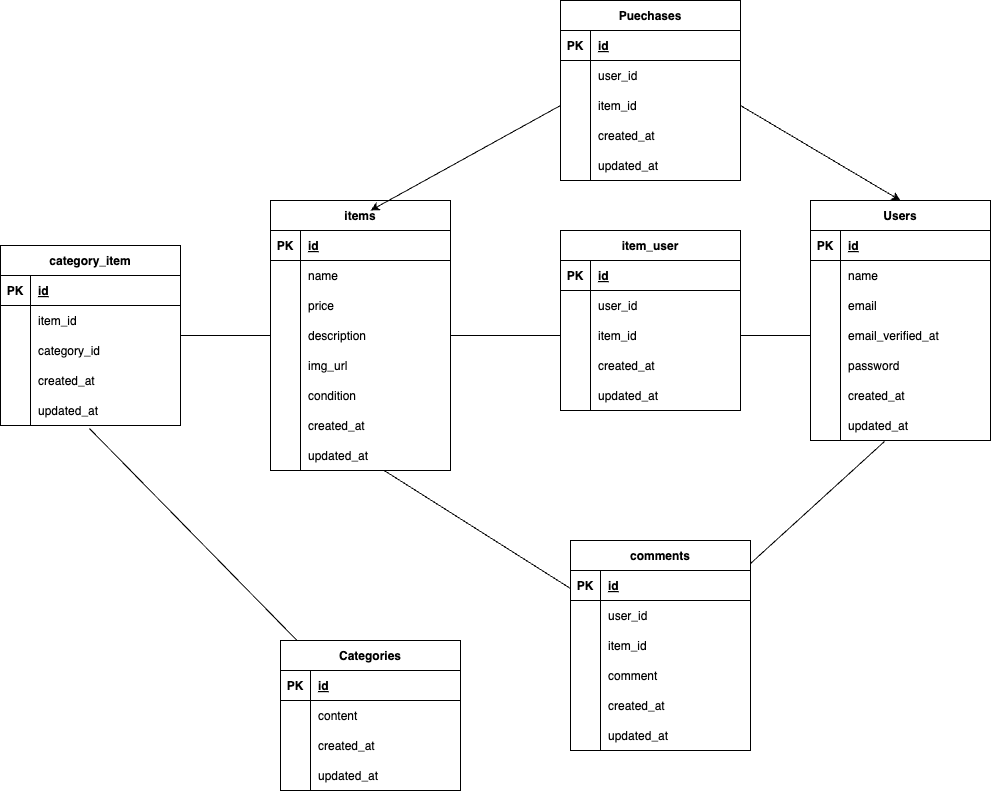
Earlier version of the draw.io export .drawio.png (hirata784/flea_market_app). Source tidied: cells renumbered, new cells last; positions are measured from the earlier drawing's top-left corner, leaving out a move shared by most shapes.
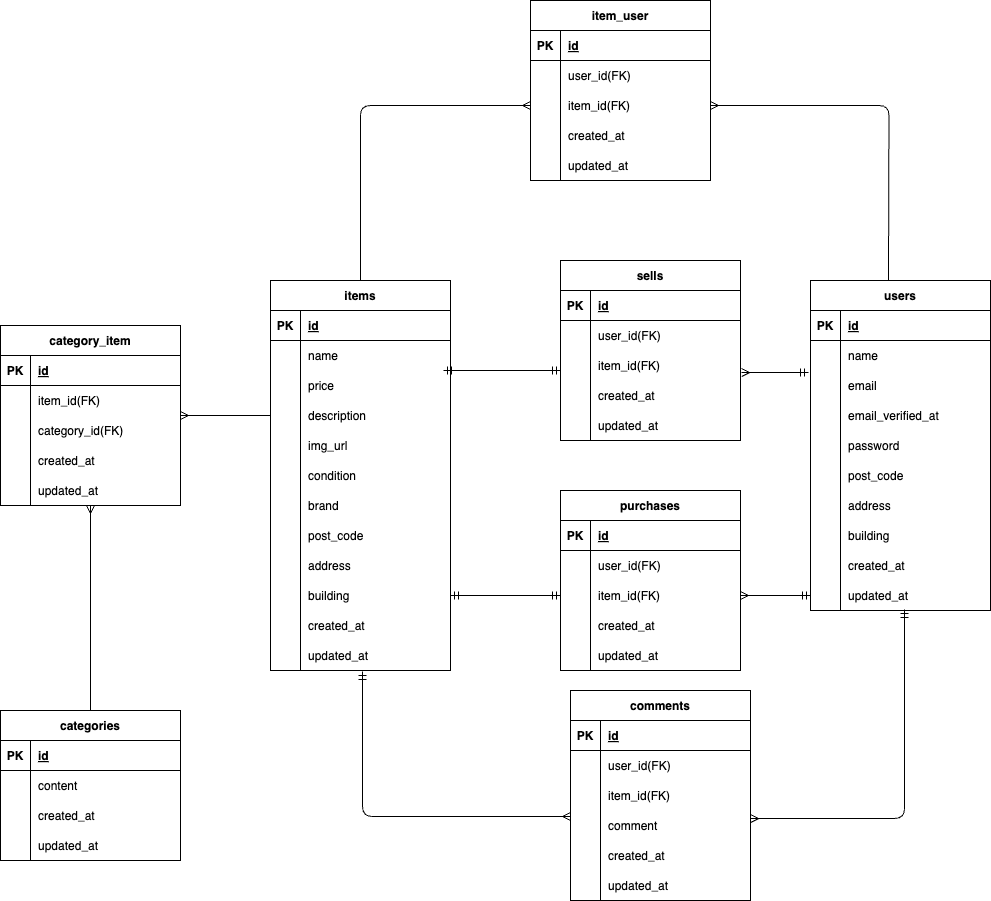
After the change.

Diff of the diagram source:
```diff
@@ -5,3 +5,3 @@
     <mxCell id="2" value="items" style="shape=table;startSize=30;rowLines=0;fontStyle=1;align=center;" parent="1" vertex="1">
-      <mxGeometry x="270" y="200" width="180" height="270" as="geometry" />
+      <mxGeometry x="270" y="200" width="180" height="390" as="geometry" />
     </mxCell>
@@ -61,4 +61,40 @@
     </mxCell>
+    <mxCell id="137" style="shape=tableRow;horizontal=0;startSize=0;swimlaneHead=0;swimlaneBody=0;fillColor=none;top=0;left=0;right=0;bottom=0;" parent="2" vertex="1">
+      <mxGeometry y="210" width="180" height="30" as="geometry" />
+    </mxCell>
+    <mxCell id="138" style="shape=partialRectangle;fillColor=none;top=0;left=0;bottom=0;right=0;overflow=hidden;" parent="137" vertex="1">
+      <mxGeometry width="30" height="30" as="geometry" />
+    </mxCell>
+    <mxCell id="139" value="brand" style="shape=partialRectangle;fillColor=none;top=0;left=0;bottom=0;right=0;align=left;spacingLeft=6;overflow=hidden;" parent="137" vertex="1">
+      <mxGeometry x="30" width="150" height="30" as="geometry" />
+    </mxCell>
+    <mxCell id="140" style="shape=tableRow;horizontal=0;startSize=0;swimlaneHead=0;swimlaneBody=0;fillColor=none;top=0;left=0;right=0;bottom=0;" parent="2" vertex="1">
+      <mxGeometry y="240" width="180" height="30" as="geometry" />
+    </mxCell>
+    <mxCell id="141" style="shape=partialRectangle;fillColor=none;top=0;left=0;bottom=0;right=0;overflow=hidden;" parent="140" vertex="1">
+      <mxGeometry width="30" height="30" as="geometry" />
+    </mxCell>
+    <mxCell id="142" value="post_code" style="shape=partialRectangle;fillColor=none;top=0;left=0;bottom=0;right=0;align=left;spacingLeft=6;overflow=hidden;" parent="140" vertex="1">
+      <mxGeometry x="30" width="150" height="30" as="geometry" />
+    </mxCell>
+    <mxCell id="143" style="shape=tableRow;horizontal=0;startSize=0;swimlaneHead=0;swimlaneBody=0;fillColor=none;top=0;left=0;right=0;bottom=0;" parent="2" vertex="1">
+      <mxGeometry y="270" width="180" height="30" as="geometry" />
+    </mxCell>
+    <mxCell id="144" style="shape=partialRectangle;fillColor=none;top=0;left=0;bottom=0;right=0;overflow=hidden;" parent="143" vertex="1">
+      <mxGeometry width="30" height="30" as="geometry" />
+    </mxCell>
+    <mxCell id="145" value="address" style="shape=partialRectangle;fillColor=none;top=0;left=0;bottom=0;right=0;align=left;spacingLeft=6;overflow=hidden;" parent="143" vertex="1">
+      <mxGeometry x="30" width="150" height="30" as="geometry" />
+    </mxCell>
+    <mxCell id="146" style="shape=tableRow;horizontal=0;startSize=0;swimlaneHead=0;swimlaneBody=0;fillColor=none;points=[[0,0.5],[1,0.5]];portConstraint=eastwest;top=0;left=0;right=0;bottom=0;" parent="2" vertex="1">
+      <mxGeometry y="300" width="180" height="30" as="geometry" />
+    </mxCell>
+    <mxCell id="147" style="shape=partialRectangle;fillColor=none;top=0;left=0;bottom=0;right=0;overflow=hidden;" parent="146" vertex="1">
+      <mxGeometry width="30" height="30" as="geometry" />
+    </mxCell>
+    <mxCell id="148" value="building" style="shape=partialRectangle;fillColor=none;top=0;left=0;bottom=0;right=0;align=left;spacingLeft=6;overflow=hidden;" parent="146" vertex="1">
+      <mxGeometry x="30" width="150" height="30" as="geometry" />
+    </mxCell>
     <mxCell id="21" style="shape=tableRow;horizontal=0;startSize=0;swimlaneHead=0;swimlaneBody=0;fillColor=none;top=0;left=0;right=0;bottom=0;" parent="2" vertex="1">
-      <mxGeometry y="210" width="180" height="30" as="geometry" />
+      <mxGeometry y="330" width="180" height="30" as="geometry" />
     </mxCell>
@@ -71,3 +107,3 @@
     <mxCell id="24" style="shape=tableRow;horizontal=0;startSize=0;swimlaneHead=0;swimlaneBody=0;fillColor=none;points=[[0,0.5],[1,0.5]];portConstraint=eastwest;top=0;left=0;right=0;bottom=0;" parent="2" vertex="1">
-      <mxGeometry y="240" width="180" height="30" as="geometry" />
+      <mxGeometry y="360" width="180" height="30" as="geometry" />
     </mxCell>
@@ -80,3 +116,3 @@
     <mxCell id="27" value="item_user" style="shape=table;startSize=30;rowLines=0;fontStyle=1;align=center;" parent="1" vertex="1">
-      <mxGeometry x="560" y="230" width="180" height="180" as="geometry" />
+      <mxGeometry x="530" y="-80" width="180" height="180" as="geometry" />
     </mxCell>
@@ -97,3 +133,3 @@
     </mxCell>
-    <mxCell id="33" value="user_id" style="shape=partialRectangle;fillColor=none;top=0;left=0;bottom=0;right=0;align=left;spacingLeft=6;overflow=hidden;" parent="31" vertex="1">
+    <mxCell id="33" value="user_id(FK)" style="shape=partialRectangle;fillColor=none;top=0;left=0;bottom=0;right=0;align=left;spacingLeft=6;overflow=hidden;" parent="31" vertex="1">
       <mxGeometry x="30" width="150" height="30" as="geometry" />
@@ -106,3 +142,3 @@
     </mxCell>
-    <mxCell id="36" value="item_id" style="shape=partialRectangle;fillColor=none;top=0;left=0;bottom=0;right=0;align=left;spacingLeft=6;overflow=hidden;" parent="34" vertex="1">
+    <mxCell id="36" value="item_id(FK)" style="shape=partialRectangle;fillColor=none;top=0;left=0;bottom=0;right=0;align=left;spacingLeft=6;overflow=hidden;" parent="34" vertex="1">
       <mxGeometry x="30" width="150" height="30" as="geometry" />
@@ -127,3 +163,3 @@
     </mxCell>
-    <mxCell id="43" style="edgeStyle=none;html=1;endArrow=none;endFill=0;" parent="1" edge="1" source="44" target="24">
+    <mxCell id="43" style="edgeStyle=orthogonalEdgeStyle;html=1;endArrow=ERmandOne;endFill=0;exitX=0;exitY=0.2;exitDx=0;exitDy=0;exitPerimeter=0;entryX=0.511;entryY=1.033;entryDx=0;entryDy=0;entryPerimeter=0;startArrow=ERmany;startFill=0;" parent="1" edge="1" source="54" target="24">
       <mxGeometry relative="1" as="geometry" />
@@ -131,3 +167,3 @@
     <mxCell id="44" value="comments" style="shape=table;startSize=30;rowLines=0;fontStyle=1;align=center;" parent="1" vertex="1">
-      <mxGeometry x="570" y="540" width="180" height="210" as="geometry" />
+      <mxGeometry x="570" y="610" width="180" height="210" as="geometry" />
     </mxCell>
@@ -148,3 +184,3 @@
     </mxCell>
-    <mxCell id="50" value="user_id" style="shape=partialRectangle;fillColor=none;top=0;left=0;bottom=0;right=0;align=left;spacingLeft=6;overflow=hidden;" parent="48" vertex="1">
+    <mxCell id="50" value="user_id(FK)" style="shape=partialRectangle;fillColor=none;top=0;left=0;bottom=0;right=0;align=left;spacingLeft=6;overflow=hidden;" parent="48" vertex="1">
       <mxGeometry x="30" width="150" height="30" as="geometry" />
@@ -157,3 +193,3 @@
     </mxCell>
-    <mxCell id="53" value="item_id" style="shape=partialRectangle;fillColor=none;top=0;left=0;bottom=0;right=0;align=left;spacingLeft=6;overflow=hidden;" parent="51" vertex="1">
+    <mxCell id="53" value="item_id(FK)" style="shape=partialRectangle;fillColor=none;top=0;left=0;bottom=0;right=0;align=left;spacingLeft=6;overflow=hidden;" parent="51" vertex="1">
       <mxGeometry x="30" width="150" height="30" as="geometry" />
@@ -187,4 +223,4 @@
     </mxCell>
-    <mxCell id="63" value="Users" style="shape=table;startSize=30;rowLines=0;fontStyle=1;align=center;" parent="1" vertex="1">
-      <mxGeometry x="810" y="200" width="180" height="240" as="geometry" />
+    <mxCell id="63" value="users" style="shape=table;startSize=30;rowLines=0;fontStyle=1;align=center;" parent="1" vertex="1">
+      <mxGeometry x="810" y="200" width="180" height="330" as="geometry" />
     </mxCell>
@@ -235,4 +271,31 @@
     </mxCell>
+    <mxCell id="149" style="shape=tableRow;horizontal=0;startSize=0;swimlaneHead=0;swimlaneBody=0;fillColor=none;top=0;left=0;right=0;bottom=0;" parent="63" vertex="1">
+      <mxGeometry y="180" width="180" height="30" as="geometry" />
+    </mxCell>
+    <mxCell id="150" style="shape=partialRectangle;fillColor=none;top=0;left=0;bottom=0;right=0;overflow=hidden;" parent="149" vertex="1">
+      <mxGeometry width="30" height="30" as="geometry" />
+    </mxCell>
+    <mxCell id="151" value="post_code" style="shape=partialRectangle;fillColor=none;top=0;left=0;bottom=0;right=0;align=left;spacingLeft=6;overflow=hidden;" parent="149" vertex="1">
+      <mxGeometry x="30" width="150" height="30" as="geometry" />
+    </mxCell>
+    <mxCell id="152" style="shape=tableRow;horizontal=0;startSize=0;swimlaneHead=0;swimlaneBody=0;fillColor=none;top=0;left=0;right=0;bottom=0;" parent="63" vertex="1">
+      <mxGeometry y="210" width="180" height="30" as="geometry" />
+    </mxCell>
+    <mxCell id="153" style="shape=partialRectangle;fillColor=none;top=0;left=0;bottom=0;right=0;overflow=hidden;" parent="152" vertex="1">
+      <mxGeometry width="30" height="30" as="geometry" />
+    </mxCell>
+    <mxCell id="154" value="address" style="shape=partialRectangle;fillColor=none;top=0;left=0;bottom=0;right=0;align=left;spacingLeft=6;overflow=hidden;" parent="152" vertex="1">
+      <mxGeometry x="30" width="150" height="30" as="geometry" />
+    </mxCell>
+    <mxCell id="155" style="shape=tableRow;horizontal=0;startSize=0;swimlaneHead=0;swimlaneBody=0;fillColor=none;top=0;left=0;right=0;bottom=0;" parent="63" vertex="1">
+      <mxGeometry y="240" width="180" height="30" as="geometry" />
+    </mxCell>
+    <mxCell id="156" style="shape=partialRectangle;fillColor=none;top=0;left=0;bottom=0;right=0;overflow=hidden;" parent="155" vertex="1">
+      <mxGeometry width="30" height="30" as="geometry" />
+    </mxCell>
+    <mxCell id="157" value="building" style="shape=partialRectangle;fillColor=none;top=0;left=0;bottom=0;right=0;align=left;spacingLeft=6;overflow=hidden;" parent="155" vertex="1">
+      <mxGeometry x="30" width="150" height="30" as="geometry" />
+    </mxCell>
     <mxCell id="79" style="shape=tableRow;horizontal=0;startSize=0;swimlaneHead=0;swimlaneBody=0;fillColor=none;top=0;left=0;right=0;bottom=0;" parent="63" vertex="1">
-      <mxGeometry y="180" width="180" height="30" as="geometry" />
+      <mxGeometry y="270" width="180" height="30" as="geometry" />
     </mxCell>
@@ -245,3 +308,3 @@
     <mxCell id="82" style="shape=tableRow;horizontal=0;startSize=0;swimlaneHead=0;swimlaneBody=0;fillColor=none;points=[[0,0.5],[1,0.5]];portConstraint=eastwest;top=0;left=0;right=0;bottom=0;" parent="63" vertex="1">
-      <mxGeometry y="210" width="180" height="30" as="geometry" />
+      <mxGeometry y="300" width="180" height="30" as="geometry" />
     </mxCell>
@@ -253,4 +316,4 @@
     </mxCell>
-    <mxCell id="85" value="Categories" style="shape=table;startSize=30;rowLines=0;fontStyle=1;align=center;" parent="1" vertex="1">
-      <mxGeometry x="280" y="640" width="180" height="150" as="geometry" />
+    <mxCell id="85" value="categories" style="shape=table;startSize=30;rowLines=0;fontStyle=1;align=center;" parent="1" vertex="1">
+      <mxGeometry y="630" width="180" height="150" as="geometry" />
     </mxCell>
@@ -292,4 +355,4 @@
     </mxCell>
-    <mxCell id="98" value="Puechases" style="shape=table;startSize=30;rowLines=0;fontStyle=1;align=center;" parent="1" vertex="1">
-      <mxGeometry x="560" width="180" height="180" as="geometry" />
+    <mxCell id="98" value="purchases" style="shape=table;startSize=30;rowLines=0;fontStyle=1;align=center;" parent="1" vertex="1">
+      <mxGeometry x="560" y="410" width="180" height="180" as="geometry" />
     </mxCell>
@@ -310,3 +373,3 @@
     </mxCell>
-    <mxCell id="104" value="user_id" style="shape=partialRectangle;fillColor=none;top=0;left=0;bottom=0;right=0;align=left;spacingLeft=6;overflow=hidden;" parent="102" vertex="1">
+    <mxCell id="104" value="user_id(FK)" style="shape=partialRectangle;fillColor=none;top=0;left=0;bottom=0;right=0;align=left;spacingLeft=6;overflow=hidden;" parent="102" vertex="1">
       <mxGeometry x="30" width="150" height="30" as="geometry" />
@@ -319,3 +382,3 @@
     </mxCell>
-    <mxCell id="107" value="item_id" style="shape=partialRectangle;fillColor=none;top=0;left=0;bottom=0;right=0;align=left;spacingLeft=6;overflow=hidden;" parent="105" vertex="1">
+    <mxCell id="107" value="item_id(FK)" style="shape=partialRectangle;fillColor=none;top=0;left=0;bottom=0;right=0;align=left;spacingLeft=6;overflow=hidden;" parent="105" vertex="1">
       <mxGeometry x="30" width="150" height="30" as="geometry" />
@@ -340,3 +403,3 @@
     </mxCell>
-    <mxCell id="114" style="edgeStyle=none;html=1;entryX=0;entryY=0.5;entryDx=0;entryDy=0;endArrow=none;endFill=0;" parent="1" edge="1" source="115" target="12">
+    <mxCell id="114" style="edgeStyle=none;html=1;entryX=0;entryY=0.5;entryDx=0;entryDy=0;endArrow=none;endFill=0;startArrow=ERmany;startFill=0;" parent="1" edge="1" source="115" target="12">
       <mxGeometry relative="1" as="geometry" />
@@ -361,3 +424,3 @@
     </mxCell>
-    <mxCell id="121" value="item_id" style="shape=partialRectangle;fillColor=none;top=0;left=0;bottom=0;right=0;align=left;spacingLeft=6;overflow=hidden;" parent="119" vertex="1">
+    <mxCell id="121" value="item_id(FK)" style="shape=partialRectangle;fillColor=none;top=0;left=0;bottom=0;right=0;align=left;spacingLeft=6;overflow=hidden;" parent="119" vertex="1">
       <mxGeometry x="30" width="150" height="30" as="geometry" />
@@ -370,3 +433,3 @@
     </mxCell>
-    <mxCell id="124" value="category_id" style="shape=partialRectangle;fillColor=none;top=0;left=0;bottom=0;right=0;align=left;spacingLeft=6;overflow=hidden;" parent="122" vertex="1">
+    <mxCell id="124" value="category_id(FK)" style="shape=partialRectangle;fillColor=none;top=0;left=0;bottom=0;right=0;align=left;spacingLeft=6;overflow=hidden;" parent="122" vertex="1">
       <mxGeometry x="30" width="150" height="30" as="geometry" />
@@ -391,20 +454,82 @@
     </mxCell>
-    <mxCell id="131" style="edgeStyle=none;html=1;exitX=1;exitY=0.5;exitDx=0;exitDy=0;entryX=0;entryY=0.5;entryDx=0;entryDy=0;endArrow=none;endFill=0;" parent="1" edge="1" source="12" target="34">
+    <mxCell id="131" style="edgeStyle=orthogonalEdgeStyle;html=1;exitX=0.5;exitY=0;exitDx=0;exitDy=0;entryX=0;entryY=0.5;entryDx=0;entryDy=0;endArrow=ERmany;endFill=0;" parent="1" edge="1" source="2" target="34">
       <mxGeometry relative="1" as="geometry" />
     </mxCell>
-    <mxCell id="132" style="edgeStyle=none;html=1;exitX=1;exitY=0.5;exitDx=0;exitDy=0;entryX=0;entryY=0.5;entryDx=0;entryDy=0;endArrow=none;endFill=0;" parent="1" edge="1" source="34" target="73">
-      <mxGeometry relative="1" as="geometry" />
+    <mxCell id="132" style="html=1;exitX=1;exitY=0.5;exitDx=0;exitDy=0;endArrow=none;endFill=0;startArrow=ERmany;startFill=0;edgeStyle=orthogonalEdgeStyle;" parent="1" edge="1" source="34">
+      <mxGeometry relative="1" as="geometry">
+        <mxPoint x="888" y="200" as="targetPoint" />
+      </mxGeometry>
     </mxCell>
-    <mxCell id="133" style="edgeStyle=none;html=1;entryX=0.494;entryY=1.1;entryDx=0;entryDy=0;entryPerimeter=0;endArrow=none;endFill=0;" parent="1" edge="1" source="85" target="128">
-      <mxGeometry relative="1" as="geometry" />
+    <mxCell id="133" style="edgeStyle=none;html=1;endArrow=ERmany;endFill=0;startArrow=none;startFill=0;exitX=0.5;exitY=0;exitDx=0;exitDy=0;" parent="1" edge="1" source="85" target="128">
+      <mxGeometry relative="1" as="geometry">
+        <Array as="points">
+          <mxPoint x="90" y="590" />
+        </Array>
+      </mxGeometry>
     </mxCell>
-    <mxCell id="134" style="edgeStyle=none;html=1;entryX=0.411;entryY=1.033;entryDx=0;entryDy=0;entryPerimeter=0;endArrow=none;endFill=0;" parent="1" edge="1" source="44" target="82">
+    <mxCell id="134" style="edgeStyle=orthogonalEdgeStyle;html=1;entryX=0.522;entryY=0.967;entryDx=0;entryDy=0;entryPerimeter=0;endArrow=ERmandOne;endFill=0;exitX=1;exitY=0.267;exitDx=0;exitDy=0;exitPerimeter=0;startArrow=ERmany;startFill=0;" parent="1" edge="1" source="54" target="82">
       <mxGeometry relative="1" as="geometry" />
     </mxCell>
-    <mxCell id="135" style="edgeStyle=none;html=1;exitX=0;exitY=0.5;exitDx=0;exitDy=0;entryX=0.556;entryY=0.037;entryDx=0;entryDy=0;entryPerimeter=0;" parent="1" edge="1" source="105" target="2">
+    <mxCell id="135" style="edgeStyle=none;html=1;exitX=0;exitY=0.5;exitDx=0;exitDy=0;entryX=1;entryY=0.5;entryDx=0;entryDy=0;endArrow=ERmandOne;endFill=0;startArrow=ERmandOne;startFill=0;" parent="1" edge="1" source="105" target="146">
       <mxGeometry relative="1" as="geometry" />
     </mxCell>
-    <mxCell id="136" style="edgeStyle=none;html=1;exitX=1;exitY=0.5;exitDx=0;exitDy=0;entryX=0.5;entryY=0;entryDx=0;entryDy=0;" parent="1" edge="1" source="105" target="63">
+    <mxCell id="136" style="edgeStyle=none;html=1;exitX=1;exitY=0.5;exitDx=0;exitDy=0;endArrow=ERmandOne;endFill=0;entryX=0;entryY=0.5;entryDx=0;entryDy=0;startArrow=ERmany;startFill=0;" parent="1" edge="1" source="105" target="82">
       <mxGeometry relative="1" as="geometry" />
     </mxCell>
+    <mxCell id="158" value="sells" style="shape=table;startSize=30;rowLines=0;fontStyle=1;align=center;" parent="1" vertex="1">
+      <mxGeometry x="560" y="180" width="180" height="180" as="geometry" />
+    </mxCell>
+    <mxCell id="159" style="shape=tableRow;horizontal=0;startSize=0;swimlaneHead=0;swimlaneBody=0;fillColor=none;top=0;left=0;right=0;bottom=1;" parent="158" vertex="1">
+      <mxGeometry y="30" width="180" height="30" as="geometry" />
+    </mxCell>
+    <mxCell id="160" value="PK" style="shape=partialRectangle;fillColor=none;top=0;left=0;bottom=0;right=0;fontStyle=1;overflow=hidden;" parent="159" vertex="1">
+      <mxGeometry width="30" height="30" as="geometry" />
+    </mxCell>
+    <mxCell id="161" value="id" style="shape=partialRectangle;fillColor=none;top=0;left=0;bottom=0;right=0;align=left;spacingLeft=6;fontStyle=5;overflow=hidden;" parent="159" vertex="1">
+      <mxGeometry x="30" width="150" height="30" as="geometry" />
+    </mxCell>
+    <mxCell id="162" style="shape=tableRow;horizontal=0;startSize=0;swimlaneHead=0;swimlaneBody=0;fillColor=none;top=0;left=0;right=0;bottom=0;" parent="158" vertex="1">
+      <mxGeometry y="60" width="180" height="30" as="geometry" />
+    </mxCell>
+    <mxCell id="163" style="shape=partialRectangle;fillColor=none;top=0;left=0;bottom=0;right=0;overflow=hidden;" parent="162" vertex="1">
+      <mxGeometry width="30" height="30" as="geometry" />
+    </mxCell>
+    <mxCell id="164" value="user_id(FK)" style="shape=partialRectangle;fillColor=none;top=0;left=0;bottom=0;right=0;align=left;spacingLeft=6;overflow=hidden;" parent="162" vertex="1">
+      <mxGeometry x="30" width="150" height="30" as="geometry" />
+    </mxCell>
+    <mxCell id="165" style="shape=tableRow;horizontal=0;startSize=0;swimlaneHead=0;swimlaneBody=0;fillColor=none;points=[[0,0.5],[1,0.5]];portConstraint=eastwest;top=0;left=0;right=0;bottom=0;" parent="158" vertex="1">
+      <mxGeometry y="90" width="180" height="30" as="geometry" />
+    </mxCell>
+    <mxCell id="166" style="shape=partialRectangle;fillColor=none;top=0;left=0;bottom=0;right=0;overflow=hidden;" parent="165" vertex="1">
+      <mxGeometry width="30" height="30" as="geometry" />
+    </mxCell>
+    <mxCell id="167" value="item_id(FK)" style="shape=partialRectangle;fillColor=none;top=0;left=0;bottom=0;right=0;align=left;spacingLeft=6;overflow=hidden;" parent="165" vertex="1">
+      <mxGeometry x="30" width="150" height="30" as="geometry" />
+    </mxCell>
+    <mxCell id="168" style="shape=tableRow;horizontal=0;startSize=0;swimlaneHead=0;swimlaneBody=0;fillColor=none;top=0;left=0;right=0;bottom=0;" parent="158" vertex="1">
+      <mxGeometry y="120" width="180" height="30" as="geometry" />
+    </mxCell>
+    <mxCell id="169" style="shape=partialRectangle;fillColor=none;top=0;left=0;bottom=0;right=0;overflow=hidden;" parent="168" vertex="1">
+      <mxGeometry width="30" height="30" as="geometry" />
+    </mxCell>
+    <mxCell id="170" value="created_at" style="shape=partialRectangle;fillColor=none;top=0;left=0;bottom=0;right=0;align=left;spacingLeft=6;overflow=hidden;" parent="168" vertex="1">
+      <mxGeometry x="30" width="150" height="30" as="geometry" />
+    </mxCell>
+    <mxCell id="171" style="shape=tableRow;horizontal=0;startSize=0;swimlaneHead=0;swimlaneBody=0;fillColor=none;top=0;left=0;right=0;bottom=0;" parent="158" vertex="1">
+      <mxGeometry y="150" width="180" height="30" as="geometry" />
+    </mxCell>
+    <mxCell id="172" style="shape=partialRectangle;fillColor=none;top=0;left=0;bottom=0;right=0;overflow=hidden;" parent="171" vertex="1">
+      <mxGeometry width="30" height="30" as="geometry" />
+    </mxCell>
+    <mxCell id="173" value="updated_at" style="shape=partialRectangle;fillColor=none;top=0;left=0;bottom=0;right=0;align=left;spacingLeft=6;overflow=hidden;" parent="171" vertex="1">
+      <mxGeometry x="30" width="150" height="30" as="geometry" />
+    </mxCell>
+    <mxCell id="174" style="html=1;exitX=0;exitY=0.5;exitDx=0;exitDy=0;entryX=0.961;entryY=0;entryDx=0;entryDy=0;endArrow=ERmandOne;endFill=0;entryPerimeter=0;startArrow=ERmandOne;startFill=0;" parent="1" edge="1" target="9">
+      <mxGeometry relative="1" as="geometry">
+        <mxPoint x="560" y="290" as="sourcePoint" />
+      </mxGeometry>
+    </mxCell>
+    <mxCell id="175" style="html=1;exitX=1.006;exitY=0.733;exitDx=0;exitDy=0;entryX=-0.011;entryY=0.067;entryDx=0;entryDy=0;endArrow=ERmandOne;endFill=0;entryPerimeter=0;exitPerimeter=0;startArrow=ERmany;startFill=0;" parent="1" edge="1" source="165" target="70">
+      <mxGeometry relative="1" as="geometry" />
+    </mxCell>
   </root>
```
